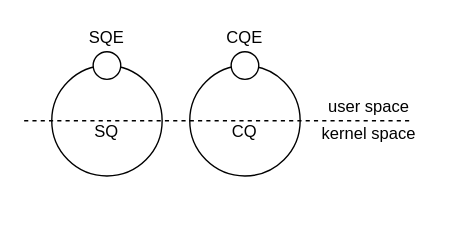
enqueuezero/site keeps this draw.io diagram as projects/io-uring/io_uring-queues.drawio. Above is the earlier version. Source tidied: cells renumbered, new cells numbered last; positions are measured from the earlier drawing's top-left corner, leaving out a move shared by most shapes. Both pictures are drawn from the tidied source at 138%, with x=0, y=0 at pixel (23, 23).
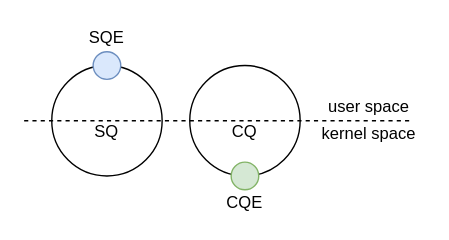
Above is the later version.

Commit message (it also covers changes not shown here):
update io_uring queues assets to svg.

Change to the diagram source:
```diff
@@
 <mxGraphModel>
   <root>
     <mxCell id="0" />
     <mxCell id="1" parent="0" />
     <mxCell id="2" value="&lt;br&gt;CQ" style="ellipse;whiteSpace=wrap;html=1;" parent="1" vertex="1">
       <mxGeometry x="120" y="30" width="80" height="80" as="geometry" />
     </mxCell>
     <mxCell id="3" value="&lt;br&gt;SQ" style="ellipse;whiteSpace=wrap;html=1;" parent="1" vertex="1">
       <mxGeometry x="20" y="30" width="80" height="80" as="geometry" />
     </mxCell>
     <mxCell id="4" value="user space" style="text;html=1;strokeColor=none;fillColor=none;align=center;verticalAlign=middle;whiteSpace=wrap;rounded=0;" parent="1" vertex="1">
       <mxGeometry x="210" y="50" width="80" height="20" as="geometry" />
     </mxCell>
     <mxCell id="5" value="kernel space" style="text;html=1;strokeColor=none;fillColor=none;align=center;verticalAlign=middle;whiteSpace=wrap;rounded=0;" parent="1" vertex="1">
       <mxGeometry x="210" y="70" width="80" height="20" as="geometry" />
     </mxCell>
     <mxCell id="6" style="endArrow=none;dashed=1;html=1;" parent="1" edge="1">
       <mxGeometry relative="1" as="geometry">
         <mxPoint y="70" as="sourcePoint" />
         <mxPoint x="280" y="70" as="targetPoint" />
       </mxGeometry>
     </mxCell>
-    <mxCell id="7" style="ellipse;whiteSpace=wrap;html=1;" parent="1" vertex="1">
+    <mxCell id="7" style="ellipse;whiteSpace=wrap;html=1;fillColor=#dae8fc;strokeColor=#6c8ebf;" parent="1" vertex="1">
       <mxGeometry x="50" y="20" width="20" height="20" as="geometry" />
     </mxCell>
-    <mxCell id="8" style="ellipse;whiteSpace=wrap;html=1;" parent="1" vertex="1">
-      <mxGeometry x="150" y="20" width="20" height="20" as="geometry" />
+    <mxCell id="8" style="ellipse;whiteSpace=wrap;html=1;fillColor=#d5e8d4;strokeColor=#82b366;" parent="1" vertex="1">
+      <mxGeometry x="150" y="100" width="20" height="20" as="geometry" />
     </mxCell>
     <mxCell id="9" value="SQE" style="text;html=1;strokeColor=none;fillColor=none;align=center;verticalAlign=middle;whiteSpace=wrap;rounded=0;" parent="1" vertex="1">
       <mxGeometry x="40" width="40" height="20" as="geometry" />
     </mxCell>
     <mxCell id="10" value="CQE" style="text;html=1;strokeColor=none;fillColor=none;align=center;verticalAlign=middle;whiteSpace=wrap;rounded=0;" parent="1" vertex="1">
-      <mxGeometry x="140" width="40" height="20" as="geometry" />
+      <mxGeometry x="140" y="120" width="40" height="20" as="geometry" />
     </mxCell>
   </root>
 </mxGraphModel>
```
